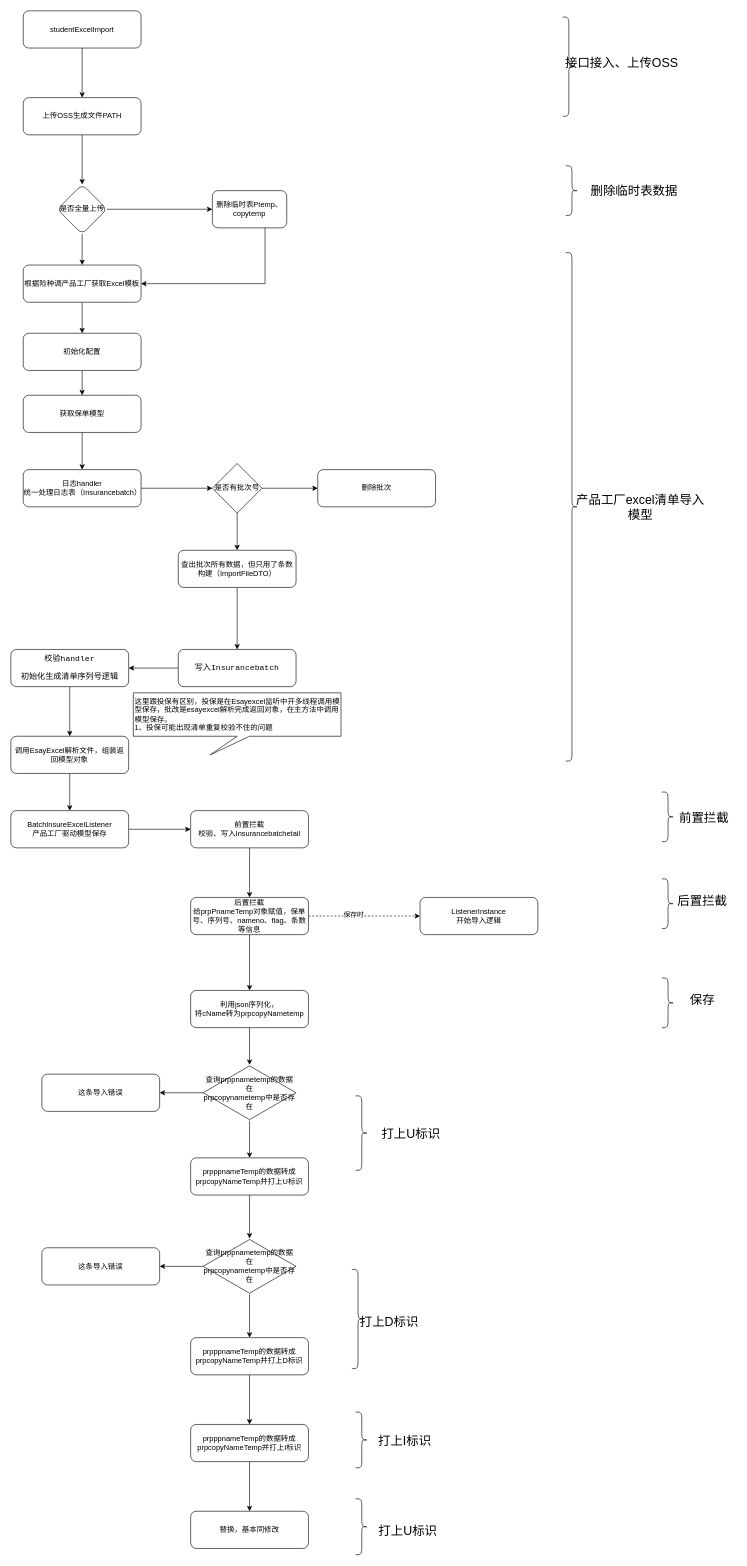
This is page "第 2 页" (2 of 3) of 1701清单上传流程图.drawio from java-zengguang/images, a draw.io file, before an edit. Source tidied: cells renumbered, new cells numbered last; positions are measured from the earlier drawing's top-left corner, leaving out a move shared by most shapes. Both pictures are drawn from the tidied source at 62%, with x=0, y=0 at pixel (11, 11).
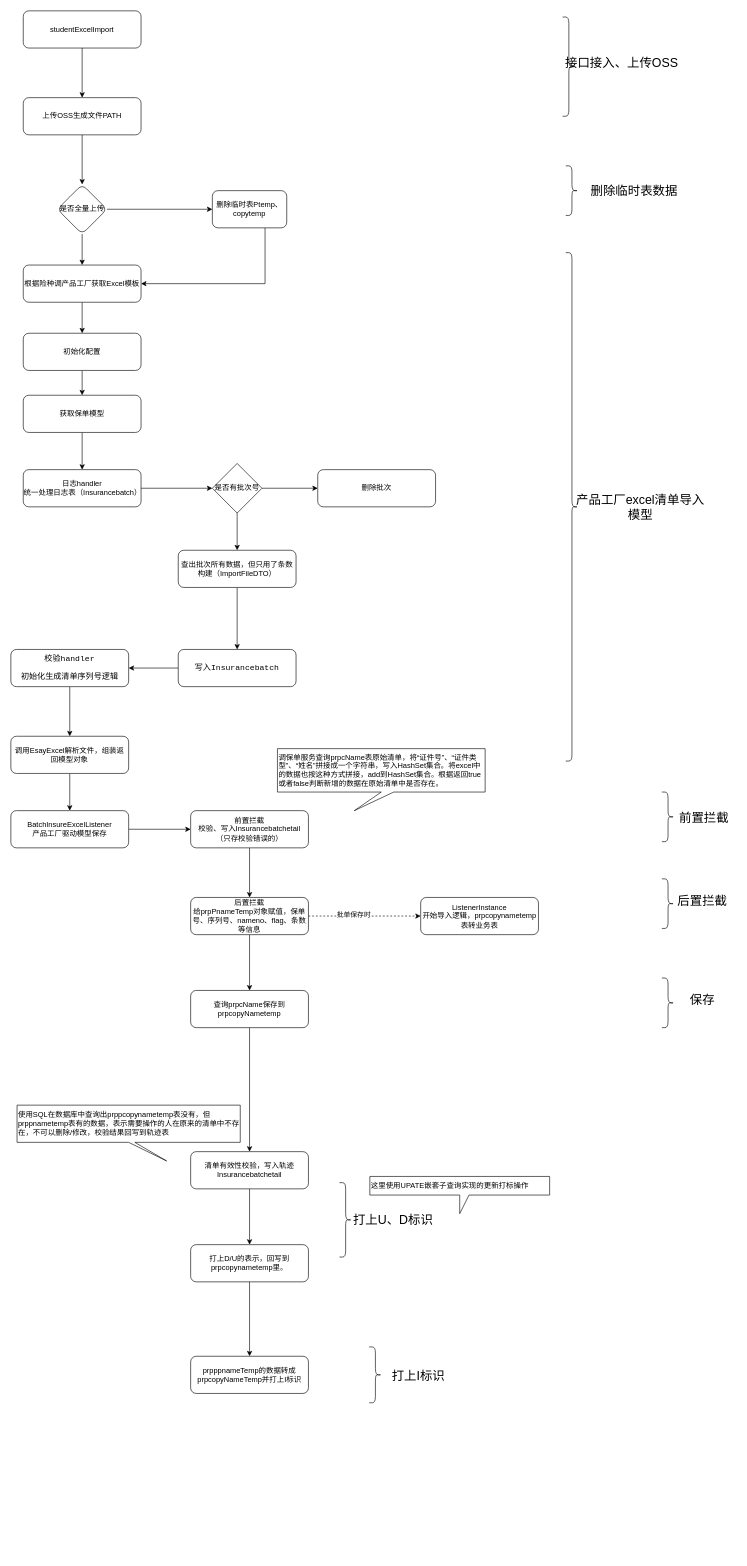
The same page after the edit.

Commit message:
更新1701清单上传流程图.drawio

Unchanged cells that the change refers to:
```xml
<mxCell id="31" style="edgeStyle=orthogonalEdgeStyle;rounded=0;jettySize=auto;html=1;dashed=1;" parent="1" edge="1" source="33" target="34">
  <mxGeometry relative="1" as="geometry" />
</mxCell>
```

Diff of the diagram source:
```diff
@@
-<mxGraphModel>
+<mxGraphModel background="#ffffff">
@@
-    <mxCell id="29" value="前置拦截&lt;div&gt;校验、写入Insurancebatchetail&lt;/div&gt;" style="rounded=1;whiteSpace=wrap;html=1;" parent="1" vertex="1">
+    <mxCell id="29" value="前置拦截&lt;div&gt;校验、写入Insurancebatchetail（只存校验错误的）&lt;/div&gt;" style="rounded=1;whiteSpace=wrap;html=1;" parent="1" vertex="1">
       <mxGeometry x="290" y="1290" width="190" height="60" as="geometry" />
     </mxCell>
@@
-    <mxCell id="32" value="保存时" style="edgeLabel;html=1;align=center;verticalAlign=middle;" parent="31" vertex="1">
+    <mxCell id="32" value="批单保存时" style="edgeLabel;html=1;align=center;verticalAlign=middle;" parent="31" vertex="1">
       <mxGeometry x="-0.2" y="3" relative="1" as="geometry" />
     </mxCell>
@@
-    <mxCell id="34" value="ListenerInstance&lt;br&gt;开始导入逻辑" style="rounded=1;whiteSpace=wrap;html=1;" parent="1" vertex="1">
-      <mxGeometry x="660" y="1430" width="190" height="60" as="geometry" />
+    <mxCell id="34" value="ListenerInstance&lt;br&gt;开始导入逻辑，prpcopynametemp表转业务表" style="rounded=1;whiteSpace=wrap;html=1;" parent="1" vertex="1">
+      <mxGeometry x="661" y="1430" width="190" height="60" as="geometry" />
     </mxCell>
-    <mxCell id="35" style="edgeStyle=orthogonalEdgeStyle;rounded=0;jettySize=auto;html=1;" parent="1" edge="1" source="36" target="54">
-      <mxGeometry relative="1" as="geometry" />
-    </mxCell>
+    <mxCell id="78" style="edgeStyle=orthogonalEdgeStyle;rounded=0;jettySize=auto;html=1;" parent="1" edge="1" source="36" target="82">
+      <mxGeometry relative="1" as="geometry" />
+    </mxCell>
-    <mxCell id="36" value="利用json序列化，&lt;div&gt;将cName转为prpcopyNametemp&lt;/div&gt;" style="rounded=1;whiteSpace=wrap;html=1;" parent="1" vertex="1">
+    <mxCell id="36" value="&lt;span style=&quot;background-color: initial;&quot;&gt;查询&lt;/span&gt;prpcName保存到&lt;span style=&quot;background-color: initial;&quot;&gt;prpcopyNametemp&lt;/span&gt;" style="rounded=1;whiteSpace=wrap;html=1;" parent="1" vertex="1">
       <mxGeometry x="290" y="1580" width="190" height="60" as="geometry" />
     </mxCell>
@@
-    <mxCell id="42" value="这条导入错误" style="rounded=1;whiteSpace=wrap;html=1;" parent="1" vertex="1">
-      <mxGeometry x="50" y="1715" width="190" height="60" as="geometry" />
-    </mxCell>
-    <mxCell id="43" style="edgeStyle=orthogonalEdgeStyle;rounded=0;jettySize=auto;html=1;" parent="1" edge="1" source="44" target="57">
+    <mxCell id="43" style="edgeStyle=orthogonalEdgeStyle;rounded=0;jettySize=auto;html=1;entryX=0.5;entryY=0;entryDx=0;entryDy=0;" parent="1" edge="1" source="44" target="59">
       <mxGeometry relative="1" as="geometry" />
     </mxCell>
-    <mxCell id="44" value="prpppnameTemp的数据转成prpcopyNameTemp并打上U标识" style="rounded=1;whiteSpace=wrap;html=1;" parent="1" vertex="1">
-      <mxGeometry x="290" y="1850" width="190" height="60" as="geometry" />
+    <mxCell id="44" value="&lt;span style=&quot;text-align: left;&quot;&gt;打上D/U的表示，回写到prpcopynametemp里。&lt;/span&gt;" style="rounded=1;whiteSpace=wrap;html=1;" parent="1" vertex="1">
+      <mxGeometry x="290" y="1990" width="190" height="60" as="geometry" />
     </mxCell>
     <mxCell id="45" style="shape=curlyBracket;whiteSpace=wrap;html=1;rounded=1;flipH=1;labelPosition=right;verticalLabelPosition=middle;align=left;verticalAlign=middle;" parent="1" vertex="1">
-      <mxGeometry x="556" y="1750" width="20" height="120" as="geometry" />
+      <mxGeometry x="530" y="1890" width="20" height="120" as="geometry" />
     </mxCell>
-    <mxCell id="46" value="&lt;font style=&quot;font-size: 20px;&quot;&gt;打上U标识&lt;/font&gt;" style="text;html=1;align=center;verticalAlign=middle;strokeColor=none;fillColor=none;" parent="1" vertex="1">
-      <mxGeometry x="585" y="1790" width="120" height="40" as="geometry" />
+    <mxCell id="46" value="&lt;font style=&quot;font-size: 20px;&quot;&gt;打上U、D标识&amp;nbsp;&lt;/font&gt;" style="text;html=1;align=center;verticalAlign=middle;strokeColor=none;fillColor=none;" parent="1" vertex="1">
+      <mxGeometry x="539" y="1930" width="160" height="40" as="geometry" />
     </mxCell>
-    <mxCell id="47" value="这条导入错误" style="rounded=1;whiteSpace=wrap;html=1;" parent="1" vertex="1">
-      <mxGeometry x="50" y="1995" width="190" height="60" as="geometry" />
-    </mxCell>
-    <mxCell id="48" style="shape=curlyBracket;whiteSpace=wrap;html=1;rounded=1;flipH=1;labelPosition=right;verticalLabelPosition=middle;align=left;verticalAlign=middle;" parent="1" vertex="1">
-      <mxGeometry x="550" y="2030" width="20" height="160" as="geometry" />
-    </mxCell>
-    <mxCell id="49" value="&lt;font style=&quot;font-size: 20px;&quot;&gt;打上D标识&lt;/font&gt;" style="text;html=1;align=center;verticalAlign=middle;strokeColor=none;fillColor=none;" parent="1" vertex="1">
-      <mxGeometry x="550" y="2093" width="120" height="40" as="geometry" />
-    </mxCell>
-    <mxCell id="50" style="edgeStyle=orthogonalEdgeStyle;rounded=0;jettySize=auto;html=1;" parent="1" edge="1" source="51" target="59">
-      <mxGeometry relative="1" as="geometry" />
-    </mxCell>
-    <mxCell id="51" value="prpppnameTemp的数据转成prpcopyNameTemp并打上D标识" style="rounded=1;whiteSpace=wrap;html=1;" parent="1" vertex="1">
-      <mxGeometry x="290" y="2140" width="190" height="60" as="geometry" />
-    </mxCell>
-    <mxCell id="52" style="edgeStyle=orthogonalEdgeStyle;rounded=0;jettySize=auto;html=1;" parent="1" edge="1" source="54" target="44">
-      <mxGeometry relative="1" as="geometry" />
-    </mxCell>
-    <mxCell id="53" style="edgeStyle=orthogonalEdgeStyle;rounded=0;jettySize=auto;html=1;" parent="1" edge="1" source="54" target="42">
-      <mxGeometry relative="1" as="geometry" />
-    </mxCell>
-    <mxCell id="54" value="查询prppnametemp的数据在&lt;div&gt;prpcopynametemp中是否存在&lt;/div&gt;" style="html=1;whiteSpace=wrap;shape=isoRectangle;" parent="1" vertex="1">
-      <mxGeometry x="310" y="1700" width="150" height="90" as="geometry" />
-    </mxCell>
-    <mxCell id="55" style="edgeStyle=orthogonalEdgeStyle;rounded=0;jettySize=auto;html=1;" parent="1" edge="1" source="57" target="51">
-      <mxGeometry relative="1" as="geometry" />
-    </mxCell>
-    <mxCell id="56" style="edgeStyle=orthogonalEdgeStyle;rounded=0;jettySize=auto;html=1;" parent="1" edge="1" source="57" target="47">
-      <mxGeometry relative="1" as="geometry" />
-    </mxCell>
-    <mxCell id="57" value="查询prppnametemp的数据在&lt;div&gt;prpcopynametemp中是否存在&lt;/div&gt;" style="html=1;whiteSpace=wrap;shape=isoRectangle;" parent="1" vertex="1">
-      <mxGeometry x="310" y="1980" width="150" height="90" as="geometry" />
-    </mxCell>
-    <mxCell id="58" style="edgeStyle=orthogonalEdgeStyle;rounded=0;jettySize=auto;html=1;" parent="1" edge="1" source="59" target="62">
-      <mxGeometry relative="1" as="geometry" />
-    </mxCell>
     <mxCell id="59" value="prpppnameTemp的数据转成prpcopyNameTemp并打上I标识" style="rounded=1;whiteSpace=wrap;html=1;" parent="1" vertex="1">
-      <mxGeometry x="290" y="2280" width="190" height="60" as="geometry" />
+      <mxGeometry x="290" y="2170" width="190" height="60" as="geometry" />
     </mxCell>
     <mxCell id="60" style="shape=curlyBracket;whiteSpace=wrap;html=1;rounded=1;flipH=1;labelPosition=right;verticalLabelPosition=middle;align=left;verticalAlign=middle;" parent="1" vertex="1">
-      <mxGeometry x="556" y="2260" width="20" height="90" as="geometry" />
+      <mxGeometry x="578" y="2155" width="20" height="90" as="geometry" />
     </mxCell>
     <mxCell id="61" value="&lt;font style=&quot;font-size: 20px;&quot;&gt;打上I标识&lt;/font&gt;" style="text;html=1;align=center;verticalAlign=middle;strokeColor=none;fillColor=none;" parent="1" vertex="1">
-      <mxGeometry x="580" y="2285" width="110" height="40" as="geometry" />
+      <mxGeometry x="602" y="2180" width="110" height="40" as="geometry" />
     </mxCell>
-    <mxCell id="62" value="替换，基本同修改" style="rounded=1;whiteSpace=wrap;html=1;" parent="1" vertex="1">
-      <mxGeometry x="290" y="2420" width="190" height="60" as="geometry" />
-    </mxCell>
-    <mxCell id="63" style="shape=curlyBracket;whiteSpace=wrap;html=1;rounded=1;flipH=1;labelPosition=right;verticalLabelPosition=middle;align=left;verticalAlign=middle;" parent="1" vertex="1">
-      <mxGeometry x="556" y="2400" width="20" height="90" as="geometry" />
-    </mxCell>
-    <mxCell id="64" value="&lt;font style=&quot;font-size: 20px;&quot;&gt;打上U标识&lt;/font&gt;" style="text;html=1;align=center;verticalAlign=middle;strokeColor=none;fillColor=none;" parent="1" vertex="1">
-      <mxGeometry x="580" y="2430" width="120" height="40" as="geometry" />
-    </mxCell>
@@
-    <mxCell id="77" value="这里跟投保有区别，投保是在Esayexcel监听中开多线程调用模型保存，批改是esayexcel解析完成返回对象，在主方法中调用模型保存。&lt;div&gt;1、投保可能出现清单重复校验不住的问题&lt;/div&gt;" style="shape=callout;whiteSpace=wrap;html=1;perimeter=calloutPerimeter;align=left;position2=0.37;" parent="1" vertex="1">
-      <mxGeometry x="197.5" y="1100" width="335" height="100" as="geometry" />
+    <mxCell id="77" value="调保单服务查询prpcName表原始清单，将“证件号”、“证件类型”、“姓名”拼接成一个字符串，写入HashSet集合。将excel中的数据也按这种方式拼接，add到HashSet集合。根据返回true或者false判断新增的数据在原始清单中是否存在。" style="shape=callout;whiteSpace=wrap;html=1;perimeter=calloutPerimeter;align=left;position2=0.37;" parent="1" vertex="1">
+      <mxGeometry x="430" y="1190" width="335" height="100" as="geometry" />
     </mxCell>
+    <mxCell id="79" value="使用SQL在数据库中查询出prppcopynametemp表没有，但prppnametemp表有的数据，表示需要操作的人在原来的清单中不存在，不可以删除/修改，校验结果回写到轨迹表" style="shape=callout;whiteSpace=wrap;html=1;perimeter=calloutPerimeter;base=10;align=left;position2=0.67;" parent="1" vertex="1">
+      <mxGeometry x="10" y="1765" width="360" height="90" as="geometry" />
+    </mxCell>
+    <mxCell id="80" value="这里使用UPATE嵌套子查询实现的更新打标操作" style="shape=callout;whiteSpace=wrap;html=1;perimeter=calloutPerimeter;base=15;align=left;" parent="1" vertex="1">
+      <mxGeometry x="579" y="1880" width="290" height="60" as="geometry" />
+    </mxCell>
+    <mxCell id="81" style="edgeStyle=orthogonalEdgeStyle;rounded=0;jettySize=auto;html=1;" parent="1" edge="1" source="82" target="44">
+      <mxGeometry relative="1" as="geometry" />
+    </mxCell>
+    <mxCell id="82" value="清单有效性校验，写入轨迹Insurancebatchetail" style="rounded=1;whiteSpace=wrap;html=1;" parent="1" vertex="1">
+      <mxGeometry x="290" y="1840" width="190" height="60" as="geometry" />
+    </mxCell>
```
